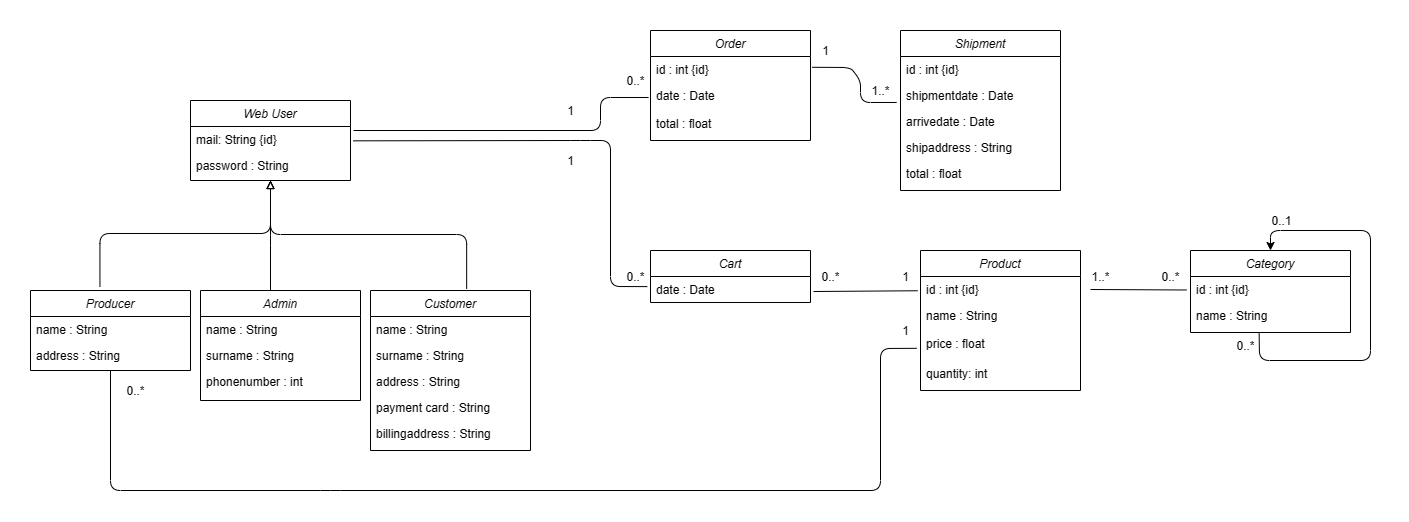
This is MusicStore/db/MusicStoreUML.png from iambrunoromano/MusicStore, a draw.io export, as it was before one commit. Source tidied: cells renumbered, new cells last; positions are measured from the earlier drawing's top-left corner, leaving out a move shared by most shapes.
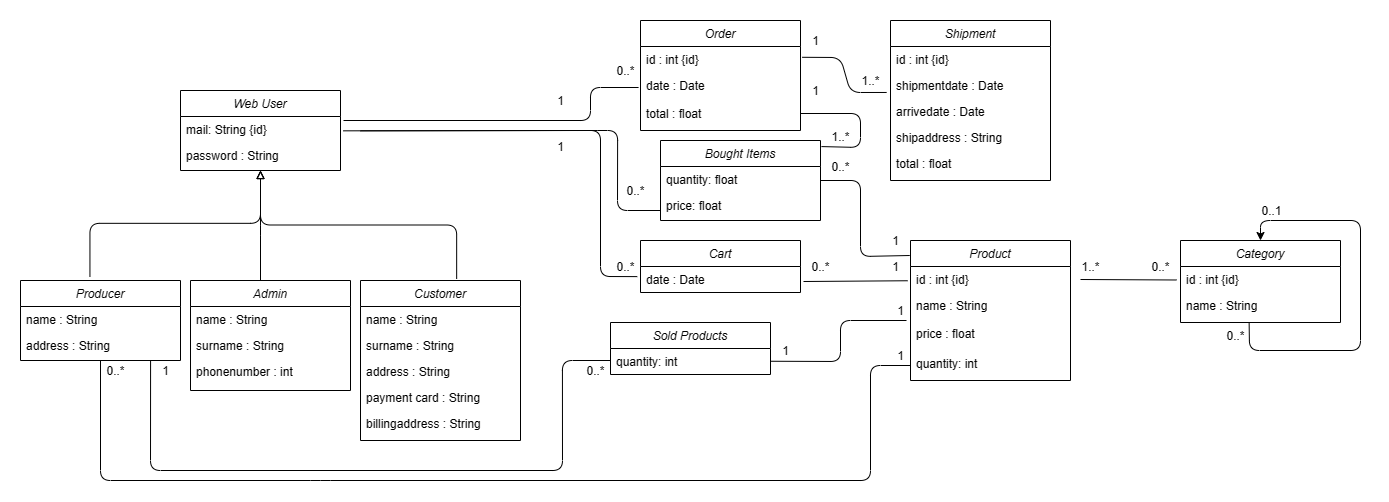
The same diagram one commit later.

Commit message:
New Tables UML Scheme

Change to the diagram source:
```diff
@@ -82,7 +82,6 @@
         <mxPoint x="866.2" y="72" as="sourcePoint" />
         <Array as="points">
           <mxPoint x="830" y="72" />
-          <mxPoint x="830" y="50" />
           <mxPoint x="820" y="37" />
         </Array>
       </mxGeometry>
@@ -106,7 +105,7 @@
       <mxGeometry x="530" y="70" width="20" height="20" as="geometry" />
     </mxCell>
     <mxCell id="29" value="1" style="text;html=1;align=center;verticalAlign=middle;strokeColor=none;" parent="1" vertex="1">
-      <mxGeometry x="530" y="120" width="20" height="20" as="geometry" />
+      <mxGeometry x="530" y="116" width="20" height="20" as="geometry" />
     </mxCell>
     <mxCell id="30" value="0..*" style="text;html=1;align=center;verticalAlign=middle;strokeColor=none;" parent="1" vertex="1">
       <mxGeometry x="785" y="236" width="30" height="20" as="geometry" />
@@ -188,21 +187,21 @@
     <mxCell id="51" value="quantity: int" style="text;align=left;verticalAlign=top;spacingLeft=4;spacingRight=4;overflow=hidden;points=[[0,0.5],[1,0.5]];portConstraint=eastwest;rounded=0;shadow=0;html=0;" parent="1" vertex="1">
       <mxGeometry x="890" y="330" width="160" height="30" as="geometry" />
     </mxCell>
-    <mxCell id="52" style="endArrow=none;html=1;exitX=0.5;exitY=1;exitDx=0;exitDy=0;entryX=-0.024;entryY=0.594;entryDx=0;entryDy=0;entryPerimeter=0;" parent="1" edge="1" source="35" target="10">
+    <mxCell id="52" style="endArrow=none;html=1;exitX=0.5;exitY=1;exitDx=0;exitDy=0;entryX=0;entryY=0.5;entryDx=0;entryDy=0;" parent="1" edge="1" source="35" target="51">
       <mxGeometry relative="1" as="geometry">
         <Array as="points">
           <mxPoint x="80" y="460" />
           <mxPoint x="300" y="460" />
           <mxPoint x="850" y="460" />
-          <mxPoint x="850" y="318" />
+          <mxPoint x="850" y="345" />
         </Array>
       </mxGeometry>
     </mxCell>
     <mxCell id="53" value="1" style="text;html=1;align=center;verticalAlign=middle;strokeColor=none;" parent="1" vertex="1">
-      <mxGeometry x="865" y="290" width="20" height="20" as="geometry" />
+      <mxGeometry x="870" y="325" width="20" height="20" as="geometry" />
     </mxCell>
     <mxCell id="54" value="0..*" style="text;html=1;align=center;verticalAlign=middle;strokeColor=none;" parent="1" vertex="1">
-      <mxGeometry x="90" y="350" width="30" height="20" as="geometry" />
+      <mxGeometry x="80" y="340" width="30" height="20" as="geometry" />
     </mxCell>
     <mxCell id="55" value="total : float" style="text;align=left;verticalAlign=top;spacingLeft=4;spacingRight=4;overflow=hidden;points=[[0,0.5],[1,0.5]];portConstraint=eastwest;rounded=0;shadow=0;html=0;" parent="1" vertex="1">
       <mxGeometry x="620" y="80" width="160" height="26" as="geometry" />
@@ -227,5 +226,95 @@
     <mxCell id="61" value="0..1" style="text;html=1;align=center;verticalAlign=middle;strokeColor=none;" parent="1" vertex="1">
       <mxGeometry x="1231" y="180" width="40" height="20" as="geometry" />
     </mxCell>
+    <mxCell id="62" value="Sold Products" style="swimlane;fontStyle=2;align=center;verticalAlign=top;horizontal=1;startSize=26;rounded=0;shadow=0;strokeWidth=1;" parent="1" vertex="1">
+      <mxGeometry x="590" y="302" width="160" height="52" as="geometry" />
+    </mxCell>
+    <mxCell id="63" value="quantity: int" style="text;align=left;verticalAlign=top;spacingLeft=4;spacingRight=4;overflow=hidden;" parent="62" vertex="1">
+      <mxGeometry y="26" width="160" height="26" as="geometry" />
+    </mxCell>
+    <mxCell id="64" style="endArrow=none;html=1;entryX=-0.012;entryY=0.577;entryDx=0;entryDy=0;entryPerimeter=0;exitX=0.813;exitY=1.077;exitDx=0;exitDy=0;exitPerimeter=0;" parent="1" edge="1" source="37">
+      <mxGeometry relative="1" as="geometry">
+        <mxPoint x="590" y="340" as="targetPoint" />
+        <Array as="points">
+          <mxPoint x="130" y="450" />
+          <mxPoint x="542" y="450" />
+          <mxPoint x="541.9" y="340" />
+        </Array>
+      </mxGeometry>
+    </mxCell>
+    <mxCell id="65" value="0..*" style="text;html=1;align=center;verticalAlign=middle;strokeColor=none;" parent="1" vertex="1">
+      <mxGeometry x="560" y="340" width="30" height="20" as="geometry" />
+    </mxCell>
+    <mxCell id="66" value="1" style="text;html=1;align=center;verticalAlign=middle;strokeColor=none;" parent="1" vertex="1">
+      <mxGeometry x="135" y="340" width="20" height="20" as="geometry" />
+    </mxCell>
+    <mxCell id="67" style="endArrow=none;html=1;exitX=-0.025;exitY=0;exitDx=0;exitDy=0;exitPerimeter=0;" parent="1" edge="1" source="10">
+      <mxGeometry relative="1" as="geometry">
+        <mxPoint x="750" y="340.8" as="targetPoint" />
+        <Array as="points">
+          <mxPoint x="820" y="300" />
+          <mxPoint x="820" y="341" />
+        </Array>
+      </mxGeometry>
+    </mxCell>
+    <mxCell id="68" value="1" style="text;html=1;align=center;verticalAlign=middle;strokeColor=none;" parent="1" vertex="1">
+      <mxGeometry x="870" y="280" width="20" height="20" as="geometry" />
+    </mxCell>
+    <mxCell id="69" value="1" style="text;html=1;align=center;verticalAlign=middle;strokeColor=none;" parent="1" vertex="1">
+      <mxGeometry x="755" y="320" width="20" height="20" as="geometry" />
+    </mxCell>
+    <mxCell id="70" value="Bought Items" style="swimlane;fontStyle=2;align=center;verticalAlign=top;horizontal=1;startSize=26;rounded=0;shadow=0;strokeWidth=1;" parent="1" vertex="1">
+      <mxGeometry x="640" y="120" width="160" height="80" as="geometry" />
+    </mxCell>
+    <mxCell id="71" value="quantity: float" style="text;align=left;verticalAlign=top;spacingLeft=4;spacingRight=4;overflow=hidden;" parent="70" vertex="1">
+      <mxGeometry y="26" width="160" height="26" as="geometry" />
+    </mxCell>
+    <mxCell id="72" value="price: float" style="text;align=left;verticalAlign=top;spacingLeft=4;spacingRight=4;overflow=hidden;" parent="70" vertex="1">
+      <mxGeometry y="52" width="160" height="26" as="geometry" />
+    </mxCell>
+    <mxCell id="73" style="endArrow=none;html=1;exitX=1.018;exitY=0.551;exitDx=0;exitDy=0;exitPerimeter=0;" parent="1" edge="1">
+      <mxGeometry relative="1" as="geometry">
+        <mxPoint x="340" y="110.3" as="sourcePoint" />
+        <mxPoint x="640" y="190" as="targetPoint" />
+        <Array as="points">
+          <mxPoint x="567.1" y="110" />
+          <mxPoint x="597.1" y="110" />
+          <mxPoint x="597" y="190" />
+        </Array>
+      </mxGeometry>
+    </mxCell>
+    <mxCell id="74" value="0..*" style="text;html=1;align=center;verticalAlign=middle;strokeColor=none;" parent="1" vertex="1">
+      <mxGeometry x="600" y="160" width="30" height="20" as="geometry" />
+    </mxCell>
+    <mxCell id="75" style="endArrow=none;html=1;exitX=-0.017;exitY=0.548;exitDx=0;exitDy=0;exitPerimeter=0;" parent="1" edge="1">
+      <mxGeometry relative="1" as="geometry">
+        <mxPoint x="889.3" y="235" as="sourcePoint" />
+        <mxPoint x="800" y="160" as="targetPoint" />
+        <Array as="points">
+          <mxPoint x="840" y="236" />
+          <mxPoint x="840" y="160" />
+        </Array>
+      </mxGeometry>
+    </mxCell>
+    <mxCell id="76" value="0..*" style="text;html=1;align=center;verticalAlign=middle;strokeColor=none;" parent="1" vertex="1">
+      <mxGeometry x="805" y="136" width="30" height="20" as="geometry" />
+    </mxCell>
+    <mxCell id="77" value="1" style="text;html=1;align=center;verticalAlign=middle;strokeColor=none;" parent="1" vertex="1">
+      <mxGeometry x="865" y="210" width="20" height="20" as="geometry" />
+    </mxCell>
+    <mxCell id="78" value="1" style="text;html=1;align=center;verticalAlign=middle;strokeColor=none;" parent="1" vertex="1">
+      <mxGeometry x="785" y="60" width="20" height="20" as="geometry" />
+    </mxCell>
+    <mxCell id="79" value="1..*" style="text;html=1;align=center;verticalAlign=middle;strokeColor=none;" parent="1" vertex="1">
+      <mxGeometry x="805" y="106" width="30" height="20" as="geometry" />
+    </mxCell>
+    <mxCell id="80" style="endArrow=none;html=1;exitX=1.006;exitY=0.076;exitDx=0;exitDy=0;exitPerimeter=0;entryX=1;entryY=0.5;entryDx=0;entryDy=0;" parent="1" edge="1" source="70" target="55">
+      <mxGeometry relative="1" as="geometry">
+        <Array as="points">
+          <mxPoint x="840" y="127" />
+          <mxPoint x="840" y="93" />
+        </Array>
+      </mxGeometry>
+    </mxCell>
   </root>
 </mxGraphModel>
```
